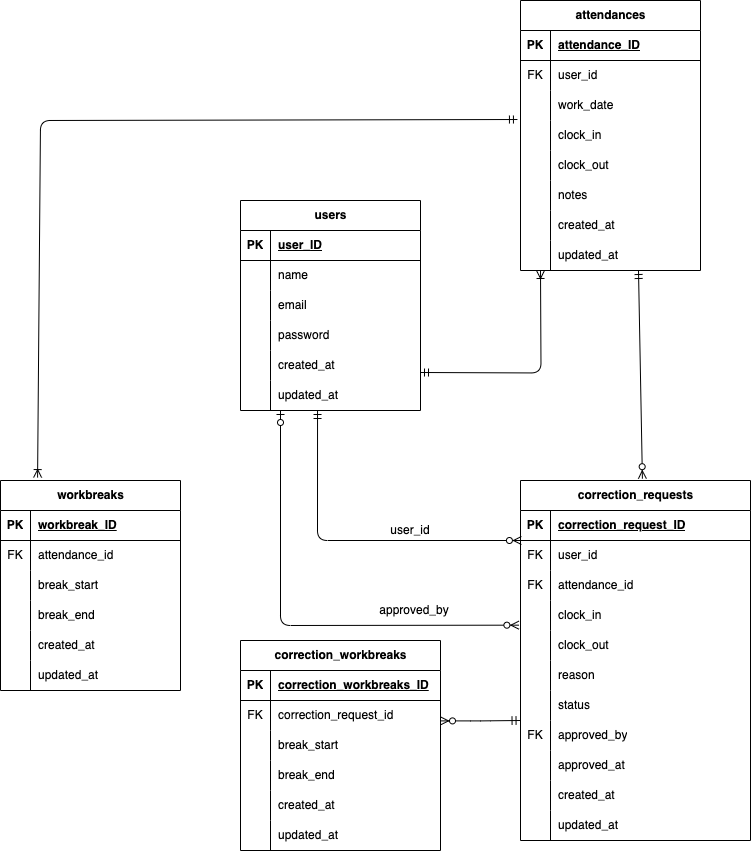
Before: docs/er.drawio.png, a diagram exported from draw.io (Maki625/mogi2). Source tidied: cells renumbered, new cells last; positions are measured from the earlier drawing's top-left corner, leaving out a move shared by most shapes.
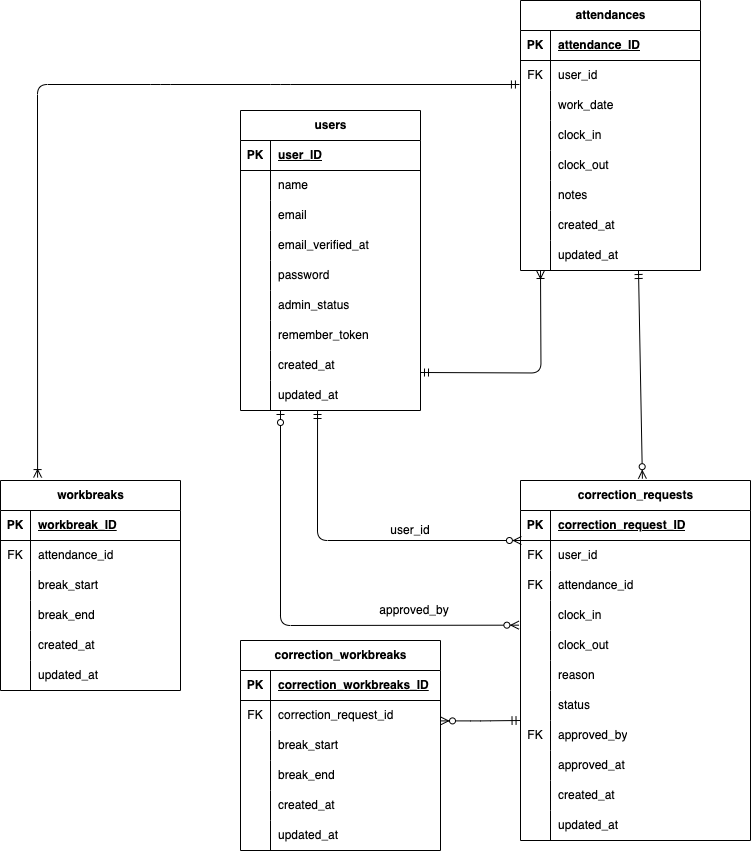
After the change.

Change to the diagram source:
```diff
@@ -3,7 +3,7 @@
     <mxCell id="0" />
     <mxCell id="1" parent="0" />
     <mxCell id="2" value="users" style="shape=table;startSize=30;rowLines=0;fontStyle=1;align=center;html=1;" parent="1" vertex="1">
-      <mxGeometry x="240" y="200" width="180" height="210" as="geometry" />
+      <mxGeometry x="240" y="110" width="180" height="300" as="geometry" />
     </mxCell>
     <mxCell id="3" style="shape=tableRow;horizontal=0;startSize=0;swimlaneHead=0;swimlaneBody=0;fillColor=none;top=0;left=0;right=0;bottom=1;" parent="2" vertex="1">
       <mxGeometry y="30" width="180" height="30" as="geometry" />
@@ -23,26 +23,53 @@
     <mxCell id="8" value="name" style="shape=partialRectangle;fillColor=none;top=0;left=0;bottom=0;right=0;align=left;spacingLeft=6;overflow=hidden;whiteSpace=wrap;html=1;" parent="6" vertex="1">
       <mxGeometry x="30" width="150" height="30" as="geometry" />
     </mxCell>
+    <mxCell id="126" style="shape=tableRow;horizontal=0;startSize=0;swimlaneHead=0;swimlaneBody=0;fillColor=none;top=0;left=0;right=0;bottom=0;" parent="2" vertex="1">
+      <mxGeometry y="90" width="180" height="30" as="geometry" />
+    </mxCell>
+    <mxCell id="127" style="shape=partialRectangle;fillColor=none;top=0;left=0;bottom=0;right=0;overflow=hidden;whiteSpace=wrap;html=1;" parent="126" vertex="1">
+      <mxGeometry width="30" height="30" as="geometry" />
+    </mxCell>
+    <mxCell id="128" value="email" style="shape=partialRectangle;fillColor=none;top=0;left=0;bottom=0;right=0;align=left;spacingLeft=6;overflow=hidden;whiteSpace=wrap;html=1;" parent="126" vertex="1">
+      <mxGeometry x="30" width="150" height="30" as="geometry" />
+    </mxCell>
     <mxCell id="9" style="shape=tableRow;horizontal=0;startSize=0;swimlaneHead=0;swimlaneBody=0;fillColor=none;top=0;left=0;right=0;bottom=0;" parent="2" vertex="1">
-      <mxGeometry y="90" width="180" height="30" as="geometry" />
+      <mxGeometry y="120" width="180" height="30" as="geometry" />
     </mxCell>
     <mxCell id="10" style="shape=partialRectangle;fillColor=none;top=0;left=0;bottom=0;right=0;overflow=hidden;whiteSpace=wrap;html=1;" parent="9" vertex="1">
       <mxGeometry width="30" height="30" as="geometry" />
     </mxCell>
-    <mxCell id="11" value="email" style="shape=partialRectangle;fillColor=none;top=0;left=0;bottom=0;right=0;align=left;spacingLeft=6;overflow=hidden;whiteSpace=wrap;html=1;" parent="9" vertex="1">
+    <mxCell id="11" value="email_verified_at" style="shape=partialRectangle;fillColor=none;top=0;left=0;bottom=0;right=0;align=left;spacingLeft=6;overflow=hidden;whiteSpace=wrap;html=1;" parent="9" vertex="1">
       <mxGeometry x="30" width="150" height="30" as="geometry" />
     </mxCell>
+    <mxCell id="129" style="shape=tableRow;horizontal=0;startSize=0;swimlaneHead=0;swimlaneBody=0;fillColor=none;top=0;left=0;right=0;bottom=0;" parent="2" vertex="1">
+      <mxGeometry y="150" width="180" height="30" as="geometry" />
+    </mxCell>
+    <mxCell id="130" style="shape=partialRectangle;fillColor=none;top=0;left=0;bottom=0;right=0;overflow=hidden;whiteSpace=wrap;html=1;" parent="129" vertex="1">
+      <mxGeometry width="30" height="30" as="geometry" />
+    </mxCell>
+    <mxCell id="131" value="password" style="shape=partialRectangle;fillColor=none;top=0;left=0;bottom=0;right=0;align=left;spacingLeft=6;overflow=hidden;whiteSpace=wrap;html=1;" parent="129" vertex="1">
+      <mxGeometry x="30" width="150" height="30" as="geometry" />
+    </mxCell>
+    <mxCell id="132" style="shape=tableRow;horizontal=0;startSize=0;swimlaneHead=0;swimlaneBody=0;fillColor=none;top=0;left=0;right=0;bottom=0;" parent="2" vertex="1">
+      <mxGeometry y="180" width="180" height="30" as="geometry" />
+    </mxCell>
+    <mxCell id="133" style="shape=partialRectangle;fillColor=none;top=0;left=0;bottom=0;right=0;overflow=hidden;whiteSpace=wrap;html=1;" parent="132" vertex="1">
+      <mxGeometry width="30" height="30" as="geometry" />
+    </mxCell>
+    <mxCell id="134" value="admin_status" style="shape=partialRectangle;fillColor=none;top=0;left=0;bottom=0;right=0;align=left;spacingLeft=6;overflow=hidden;whiteSpace=wrap;html=1;" parent="132" vertex="1">
+      <mxGeometry x="30" width="150" height="30" as="geometry" />
+    </mxCell>
     <mxCell id="12" style="shape=tableRow;horizontal=0;startSize=0;swimlaneHead=0;swimlaneBody=0;fillColor=none;top=0;left=0;right=0;bottom=0;" parent="2" vertex="1">
-      <mxGeometry y="120" width="180" height="30" as="geometry" />
+      <mxGeometry y="210" width="180" height="30" as="geometry" />
     </mxCell>
     <mxCell id="13" style="shape=partialRectangle;fillColor=none;top=0;left=0;bottom=0;right=0;overflow=hidden;whiteSpace=wrap;html=1;" parent="12" vertex="1">
       <mxGeometry width="30" height="30" as="geometry" />
     </mxCell>
-    <mxCell id="14" value="password" style="shape=partialRectangle;fillColor=none;top=0;left=0;bottom=0;right=0;align=left;spacingLeft=6;overflow=hidden;whiteSpace=wrap;html=1;" parent="12" vertex="1">
+    <mxCell id="14" value="remember_token" style="shape=partialRectangle;fillColor=none;top=0;left=0;bottom=0;right=0;align=left;spacingLeft=6;overflow=hidden;whiteSpace=wrap;html=1;" parent="12" vertex="1">
       <mxGeometry x="30" width="150" height="30" as="geometry" />
     </mxCell>
     <mxCell id="15" style="shape=tableRow;horizontal=0;startSize=0;swimlaneHead=0;swimlaneBody=0;fillColor=none;top=0;left=0;right=0;bottom=0;" parent="2" vertex="1">
-      <mxGeometry y="150" width="180" height="30" as="geometry" />
+      <mxGeometry y="240" width="180" height="30" as="geometry" />
     </mxCell>
     <mxCell id="16" style="shape=partialRectangle;fillColor=none;top=0;left=0;bottom=0;right=0;overflow=hidden;whiteSpace=wrap;html=1;" parent="15" vertex="1">
       <mxGeometry width="30" height="30" as="geometry" />
@@ -51,7 +78,7 @@
       <mxGeometry x="30" width="150" height="30" as="geometry" />
     </mxCell>
     <mxCell id="18" style="shape=tableRow;horizontal=0;startSize=0;swimlaneHead=0;swimlaneBody=0;fillColor=none;points=[[0,0.5],[1,0.5]];portConstraint=eastwest;top=0;left=0;right=0;bottom=0;" parent="2" vertex="1">
-      <mxGeometry y="180" width="180" height="30" as="geometry" />
+      <mxGeometry y="270" width="180" height="30" as="geometry" />
     </mxCell>
     <mxCell id="19" style="shape=partialRectangle;fillColor=none;top=0;left=0;bottom=0;right=0;overflow=hidden;whiteSpace=wrap;html=1;" parent="18" vertex="1">
       <mxGeometry width="30" height="30" as="geometry" />
@@ -299,10 +326,12 @@
         <mxPoint x="540" y="270" as="targetPoint" />
       </mxGeometry>
     </mxCell>
-    <mxCell id="100" style="fontSize=12;html=1;endArrow=ERoneToMany;startArrow=ERmandOne;exitX=-0.017;exitY=-0.033;exitDx=0;exitDy=0;exitPerimeter=0;entryX=0.206;entryY=-0.014;entryDx=0;entryDy=0;entryPerimeter=0;" parent="1" edge="1" source="50" target="21">
+    <mxCell id="100" style="fontSize=12;html=1;endArrow=ERoneToMany;startArrow=ERmandOne;exitX=-0.006;exitY=0.8;exitDx=0;exitDy=0;exitPerimeter=0;entryX=0.206;entryY=-0.014;entryDx=0;entryDy=0;entryPerimeter=0;" parent="1" edge="1" source="44" target="21">
       <mxGeometry relative="1" as="geometry">
         <Array as="points">
-          <mxPoint x="40" y="120" />
+          <mxPoint x="280" y="84" />
+          <mxPoint x="160" y="84" />
+          <mxPoint x="37" y="84" />
         </Array>
       </mxGeometry>
     </mxCell>
```
